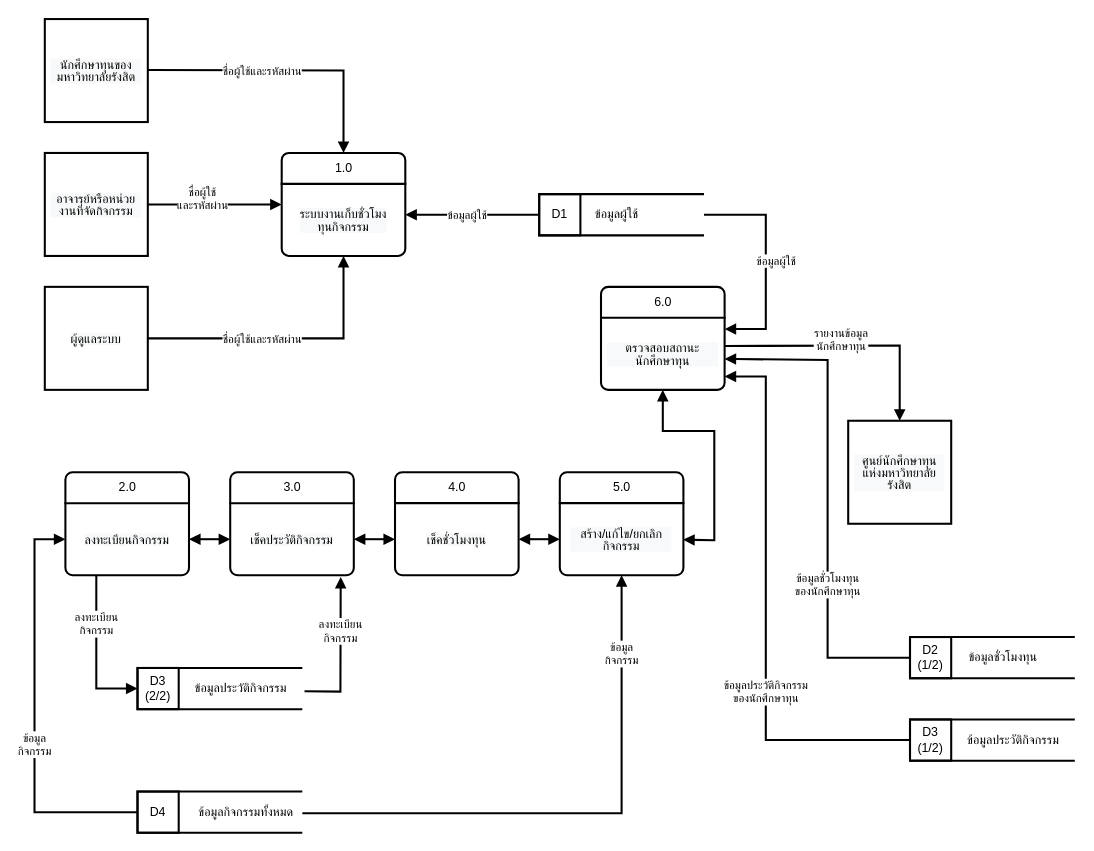
Above: page "Data Flow Diagram" (3 of 4) of Entity Relationship Diagram.drawio in 8luex/collecting_scholarship (draw.io), before the change. Source tidied: cells renumbered, new cells numbered last; positions are measured from the earlier drawing's top-left corner, leaving out a move shared by most shapes. Both pictures are drawn from the tidied source at 103%, with x=0, y=0 at pixel (34, 19).
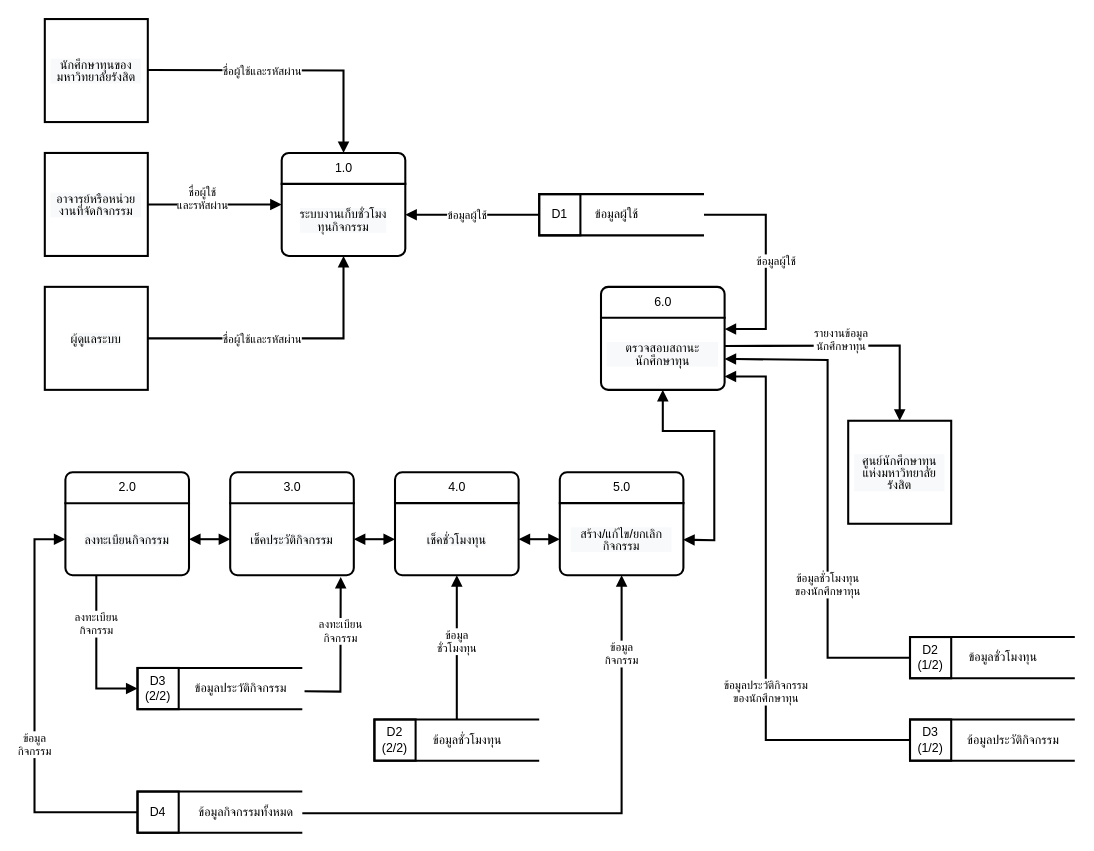
The same diagram, later.

The change refers to these unchanged cells:
```xml
<mxCell id="55" style="shape=partialRectangle;whiteSpace=wrap;html=1;right=0;top=0;bottom=0;fillColor=none;routingCenterX=-0.5;rounded=1;rotation=90;strokeWidth=2;" parent="54" vertex="1">
  <mxGeometry x="25" y="5" width="70" height="120" as="geometry" />
</mxCell>
```

Diff of the diagram source:
```diff
@@
+    <mxCell id="95" style="group;" parent="1" vertex="1">
+      <mxGeometry x="330" y="680" width="160" height="40" as="geometry" />
+    </mxCell>
+    <mxCell id="96" style="strokeWidth=2;html=1;shape=mxgraph.flowchart.annotation_1;align=left;rounded=0;fillColor=none;" parent="95" vertex="1">
+      <mxGeometry width="160" height="40" as="geometry" />
+    </mxCell>
+    <mxCell id="97" style="group;" parent="95" vertex="1">
+      <mxGeometry width="140" height="40" as="geometry" />
+    </mxCell>
+    <mxCell id="98" value="D2&lt;br&gt;(2/2)" style="rounded=0;whiteSpace=wrap;html=1;absoluteArcSize=1;arcSize=14;strokeWidth=2;fillColor=none;" parent="97" vertex="1">
+      <mxGeometry width="40" height="40" as="geometry" />
+    </mxCell>
+    <mxCell id="99" value="ข้อมูลชั่วโมงทุน" style="text;html=1;align=center;verticalAlign=middle;fillColor=none;strokeColor=none;rounded=0;strokeWidth=2;fontColor=#000000;" parent="97" vertex="1">
+      <mxGeometry x="40" y="5" width="100" height="30" as="geometry" />
+    </mxCell>
+    <mxCell id="100" value="&lt;font color=&quot;#000000&quot;&gt;ข้อมูล&lt;br&gt;ชั่วโมงทุน&lt;br&gt;&lt;/font&gt;" style="html=1;verticalAlign=bottom;endArrow=block;rounded=0;strokeWidth=2;fontColor=#095C86;fillColor=none;exitX=0.5;exitY=0;exitDx=0;exitDy=0;exitPerimeter=0;entryX=1;entryY=0.5;entryDx=0;entryDy=0;" parent="1" edge="1" source="96" target="55">
+      <mxGeometry x="-0.14" relative="1" as="geometry" />
+    </mxCell>
```
